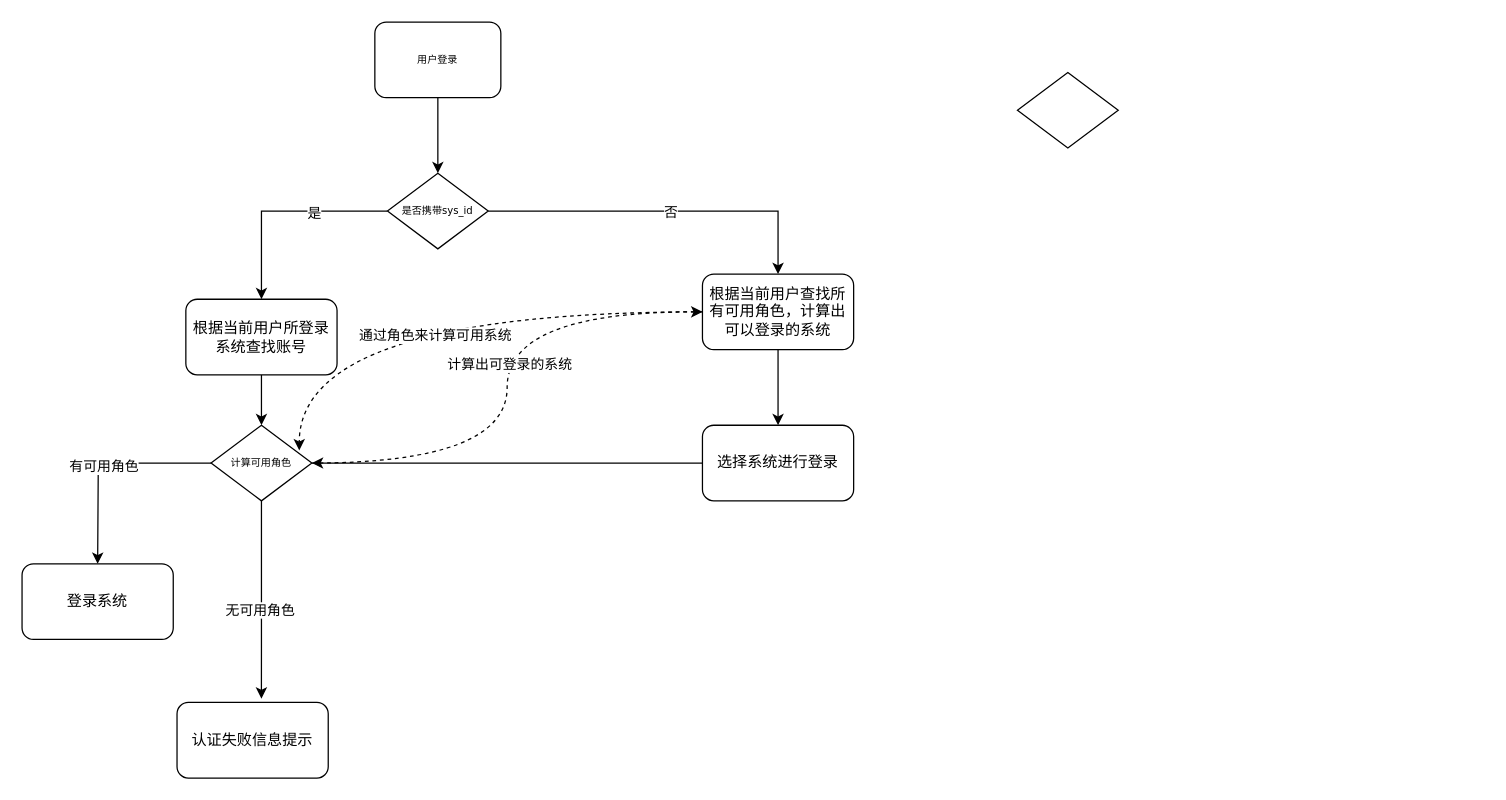
Earlier version of the draw.io diagram subSystem/用户与角色登录流程图.drawio (zengsl/diagrams). Source tidied: cells renumbered, new cells numbered last; positions are measured from the earlier drawing's top-left corner, leaving out a move shared by most shapes. Both pictures are drawn from the tidied source at 126%, with x=0, y=0 at pixel (21, 21).
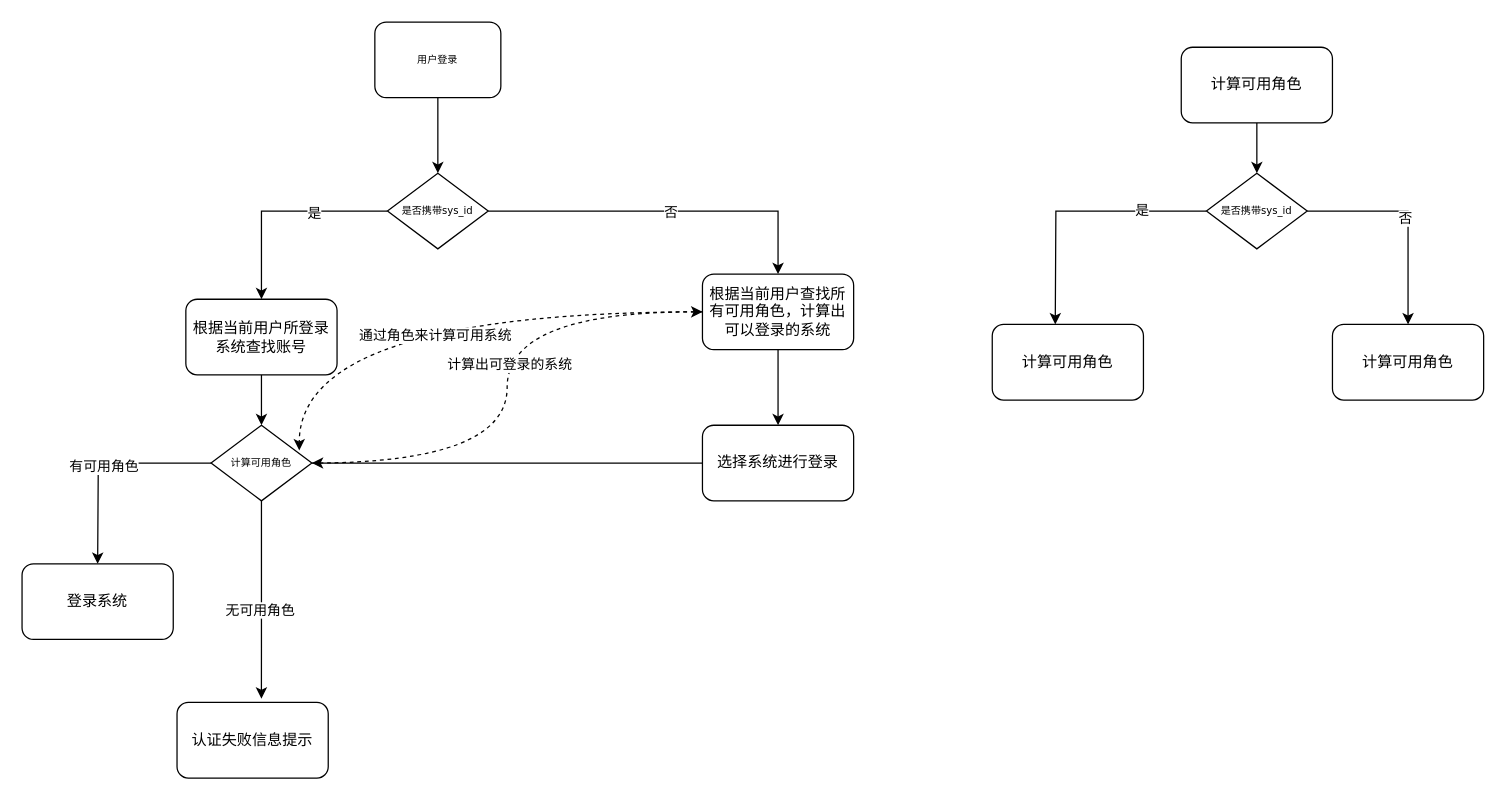
The same diagram, later.

Commit message (it also covers changes not shown here):
更新用户与角色登录流程图.drawio

The edit, as a diff of the source:
```diff
@@
-    <mxCell id="22" style="rhombus;whiteSpace=wrap;html=1;rounded=0;shadow=0;labelBackgroundColor=none;strokeWidth=1;fontFamily=Verdana;fontSize=8;align=center;" parent="1" vertex="1">
-      <mxGeometry x="790" y="40" width="80" height="60" as="geometry" />
-    </mxCell>
@@
+    <mxCell id="27" style="edgeStyle=orthogonalEdgeStyle;rounded=0;jettySize=auto;html=1;entryX=0.5;entryY=0;entryDx=0;entryDy=0;" parent="1" edge="1" source="28" target="33">
+      <mxGeometry relative="1" as="geometry" />
+    </mxCell>
+    <mxCell id="28" value="计算可用角色" style="rounded=1;whiteSpace=wrap;html=1;" parent="1" vertex="1">
+      <mxGeometry x="920" y="20" width="120" height="60" as="geometry" />
+    </mxCell>
+    <mxCell id="29" style="edgeStyle=orthogonalEdgeStyle;rounded=0;jettySize=auto;html=1;" parent="1" edge="1" source="33">
+      <mxGeometry relative="1" as="geometry">
+        <mxPoint x="820" y="240" as="targetPoint" />
+      </mxGeometry>
+    </mxCell>
+    <mxCell id="30" value="是" style="edgeLabel;html=1;align=center;verticalAlign=middle;" parent="29" vertex="1">
+      <mxGeometry x="-0.5" y="-1" relative="1" as="geometry" />
+    </mxCell>
+    <mxCell id="31" style="edgeStyle=orthogonalEdgeStyle;rounded=0;jettySize=auto;html=1;entryX=0.5;entryY=0;entryDx=0;entryDy=0;" parent="1" edge="1" source="33" target="35">
+      <mxGeometry relative="1" as="geometry" />
+    </mxCell>
+    <mxCell id="32" value="否" style="edgeLabel;html=1;align=center;verticalAlign=middle;" parent="31" vertex="1">
+      <mxGeometry y="-3" relative="1" as="geometry" />
+    </mxCell>
+    <mxCell id="33" value="是否携带sys_id" style="rhombus;whiteSpace=wrap;html=1;rounded=0;shadow=0;labelBackgroundColor=none;strokeWidth=1;fontFamily=Verdana;fontSize=8;align=center;" parent="1" vertex="1">
+      <mxGeometry x="940" y="120" width="80" height="60" as="geometry" />
+    </mxCell>
+    <mxCell id="34" value="计算可用角色" style="rounded=1;whiteSpace=wrap;html=1;" parent="1" vertex="1">
+      <mxGeometry x="770" y="240" width="120" height="60" as="geometry" />
+    </mxCell>
+    <mxCell id="35" value="计算可用角色" style="rounded=1;whiteSpace=wrap;html=1;" parent="1" vertex="1">
+      <mxGeometry x="1040" y="240" width="120" height="60" as="geometry" />
+    </mxCell>
```
